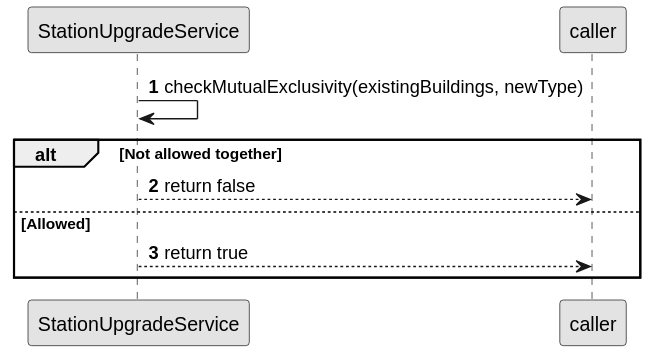
Earlier version of the PlantUML export docs/sprint2/us006/03.design/svg/us006-sd-partial-check-mutual-exclusivity.svg (ivasduarte/all-aboard).
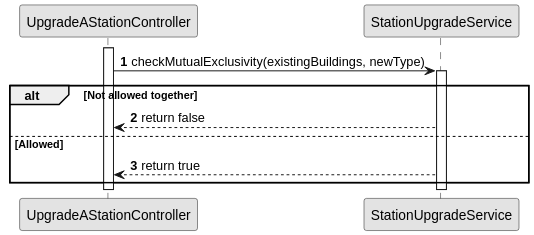
After the change.

What changed in the source:
```diff
@@ -2,13 +2,19 @@
 skinparam monochrome true
 autonumber
 
+participant "UpgradeAStationController" as Controller
 participant "StationUpgradeService" as Service
 
-Service -> Service : checkMutualExclusivity(existingBuildings, newType)
+activate Controller
+Controller -> Service : checkMutualExclusivity(existingBuildings, newType)
+activate Service
 
 alt Not allowed together
-    Service --> caller : return false
+    Service --> Controller : return false
 else Allowed
-    Service --> caller : return true
+    Service --> Controller : return true
 end
+
+deactivate Service
+deactivate Controller
 @enduml
```
